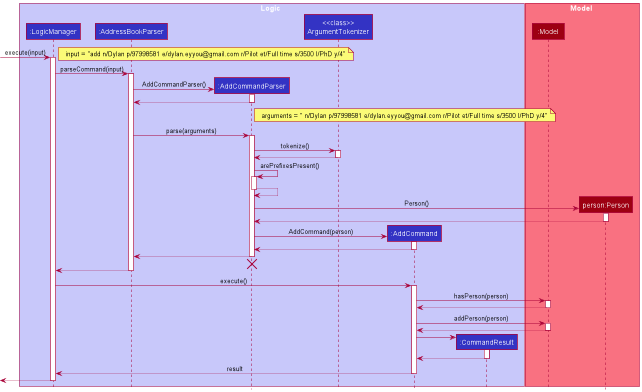
This is docs/images/AddCommandSequenceDiagram.png from nus-cs2103-AY2122S1/tp, a PlantUML export, as it was before one commit. The source it was exported from:
```plantuml
@startuml
!include style.puml

box Logic LOGIC_COLOR_T1
participant ":LogicManager" as LogicManager LOGIC_COLOR
participant ":AddressBookParser" as AddressBookParser LOGIC_COLOR
participant ":AddCommandParser" as AddCommandParser LOGIC_COLOR
participant "<<class>>\nArgumentTokenizer" as ArgumentTokenizer LOGIC_COLOR
participant ":AddCommand" as AddCommand LOGIC_COLOR
participant ":CommandResult" as CommandResult LOGIC_COLOR
end box

box Model MODEL_COLOR_T1
participant ":Model" as Model MODEL_COLOR
participant "person:Person" as Person MODEL_COLOR
end box

[-> LogicManager : execute(input)
activate LogicManager
note left: input = "add n/Dylan p/97998581 e/dylan.eyyou@gmail.com r/Pilot et/Full time s/3500 l/PhD y/4"

LogicManager -> AddressBookParser : parseCommand(input)
activate AddressBookParser

create AddCommandParser
AddressBookParser -> AddCommandParser : AddCommandParser()
activate AddCommandParser

AddCommandParser --> AddressBookParser
deactivate AddCommandParser

AddCommandParser -[hidden]-> AddressBookParser: BUFFER_MESSAGE
note right: arguments = " n/Dylan p/97998581 e/dylan.eyyou@gmail.com r/Pilot et/Full time s/3500 l/PhD y/4"

AddressBookParser -> AddCommandParser : parse(arguments)
activate AddCommandParser

AddCommandParser -> ArgumentTokenizer : tokenize()
activate ArgumentTokenizer

ArgumentTokenizer --> AddCommandParser
deactivate ArgumentTokenizer

AddCommandParser -> AddCommandParser : arePrefixesPresent()
activate AddCommandParser

AddCommandParser --> AddCommandParser
deactivate AddCommandParser

create Person
AddCommandParser -> Person : Person()
activate Person

Person --> AddCommandParser
deactivate Person

create AddCommand
AddCommandParser -> AddCommand : AddCommand(person)
activate AddCommand

AddCommand --> AddCommandParser
deactivate

AddCommandParser --> AddressBookParser
deactivate

AddCommandParser -[hidden]-> AddressBookParser:
destroy AddCommandParser

AddressBookParser --> LogicManager
deactivate AddressBookParser

LogicManager -> AddCommand : execute()
activate AddCommand

AddCommand -> Model : hasPerson(person)
activate Model

Model --> AddCommand
deactivate

AddCommand -> Model : addPerson(person)
activate Model

Model --> AddCommand
deactivate

create CommandResult
AddCommand -> CommandResult
activate CommandResult

CommandResult --> AddCommand
deactivate CommandResult

AddCommand --> LogicManager : result
deactivate AddCommand

[<--LogicManager
deactivate LogicManager
@enduml
```
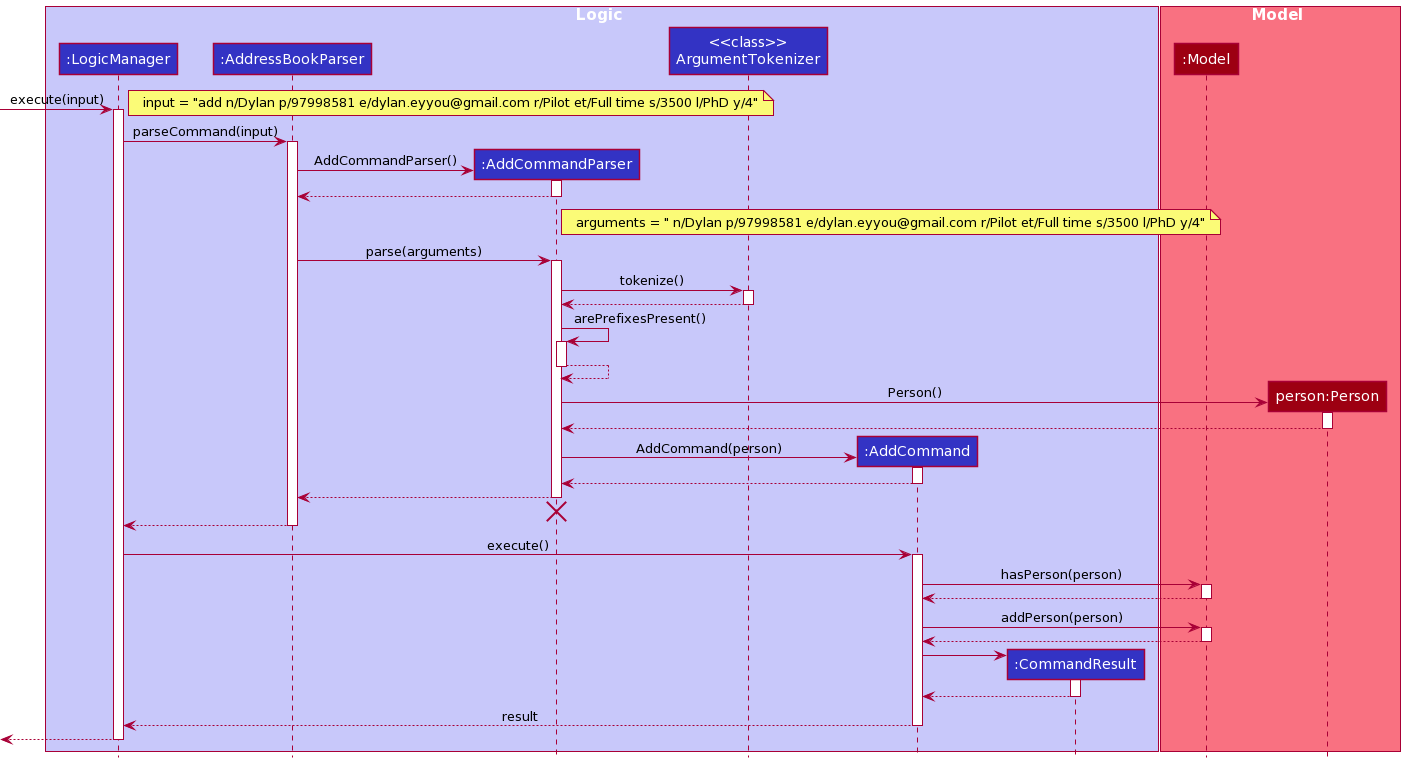
Above is the later version.

Commit message:
Make AddCommandSequenceDiagram image look clearer

Diff of the diagram source:
```diff
@@ -1,18 +1,59 @@
 @startuml
-!include style.puml
+!define USER_COLOR #000000
 
-box Logic LOGIC_COLOR_T1
-participant ":LogicManager" as LogicManager LOGIC_COLOR
-participant ":AddressBookParser" as AddressBookParser LOGIC_COLOR
-participant ":AddCommandParser" as AddCommandParser LOGIC_COLOR
-participant "<<class>>\nArgumentTokenizer" as ArgumentTokenizer LOGIC_COLOR
-participant ":AddCommand" as AddCommand LOGIC_COLOR
-participant ":CommandResult" as CommandResult LOGIC_COLOR
+skinparam BackgroundColor #FFFFFFF
+
+skinparam Shadowing false
+
+skinparam Class {
+    FontColor #FFFFFF
+    BorderThickness 1
+    BorderColor #FFFFFF
+    StereotypeFontColor #FFFFFF
+    FontName Arial
+}
+
+skinparam Actor {
+    BorderColor USER_COLOR
+    Color USER_COLOR
+    FontName Arial
+}
+
+skinparam Sequence {
+    MessageAlign center
+    BoxFontSize 15
+    BoxPadding 0
+    BoxFontColor #FFFFFF
+    FontName Arial
+}
+
+skinparam Participant {
+    FontColor #FFFFFFF
+    Padding 20
+}
+
+skinparam MinClassWidth 50
+skinparam ParticipantPadding 10
+skinparam Shadowing false
+skinparam DefaultTextAlignment center
+skinparam packageStyle Rectangle
+
+hide footbox
+hide members
+hide circle
+
+box Logic #C8C8FA
+participant ":LogicManager" as LogicManager #3333C4
+participant ":AddressBookParser" as AddressBookParser #3333C4
+participant ":AddCommandParser" as AddCommandParser #3333C4
+participant "<<class>>\nArgumentTokenizer" as ArgumentTokenizer #3333C4
+participant ":AddCommand" as AddCommand #3333C4
+participant ":CommandResult" as CommandResult #3333C4
 end box
 
-box Model MODEL_COLOR_T1
-participant ":Model" as Model MODEL_COLOR
-participant "person:Person" as Person MODEL_COLOR
+box Model #F97181
+participant ":Model" as Model #9D0012
+participant "person:Person" as Person #9D0012
 end box
 
 [-> LogicManager : execute(input)
```
